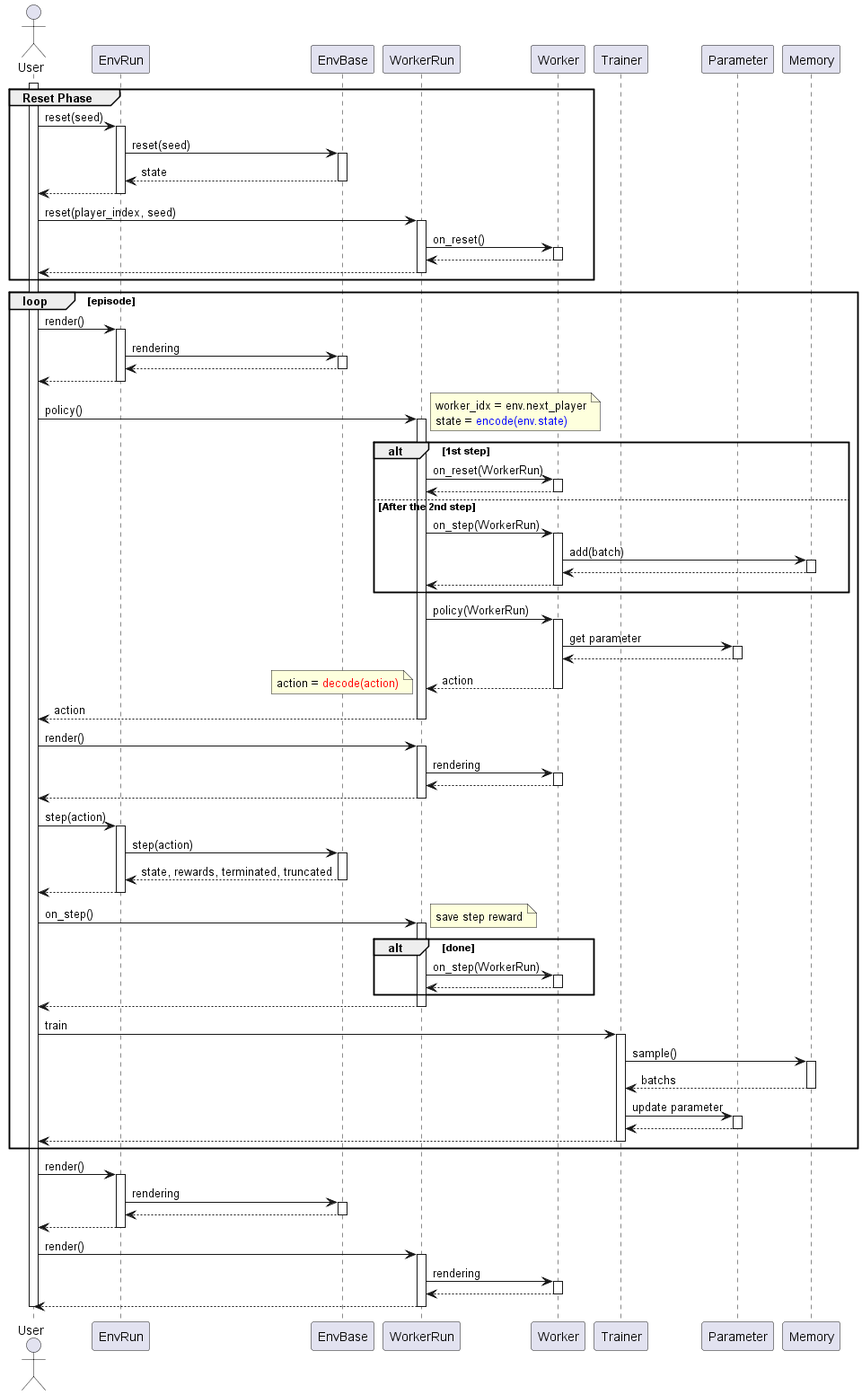
The PlantUML diagram diagrams/playflow2.png in pocokhc/simple_distributed_rl, before a commit.
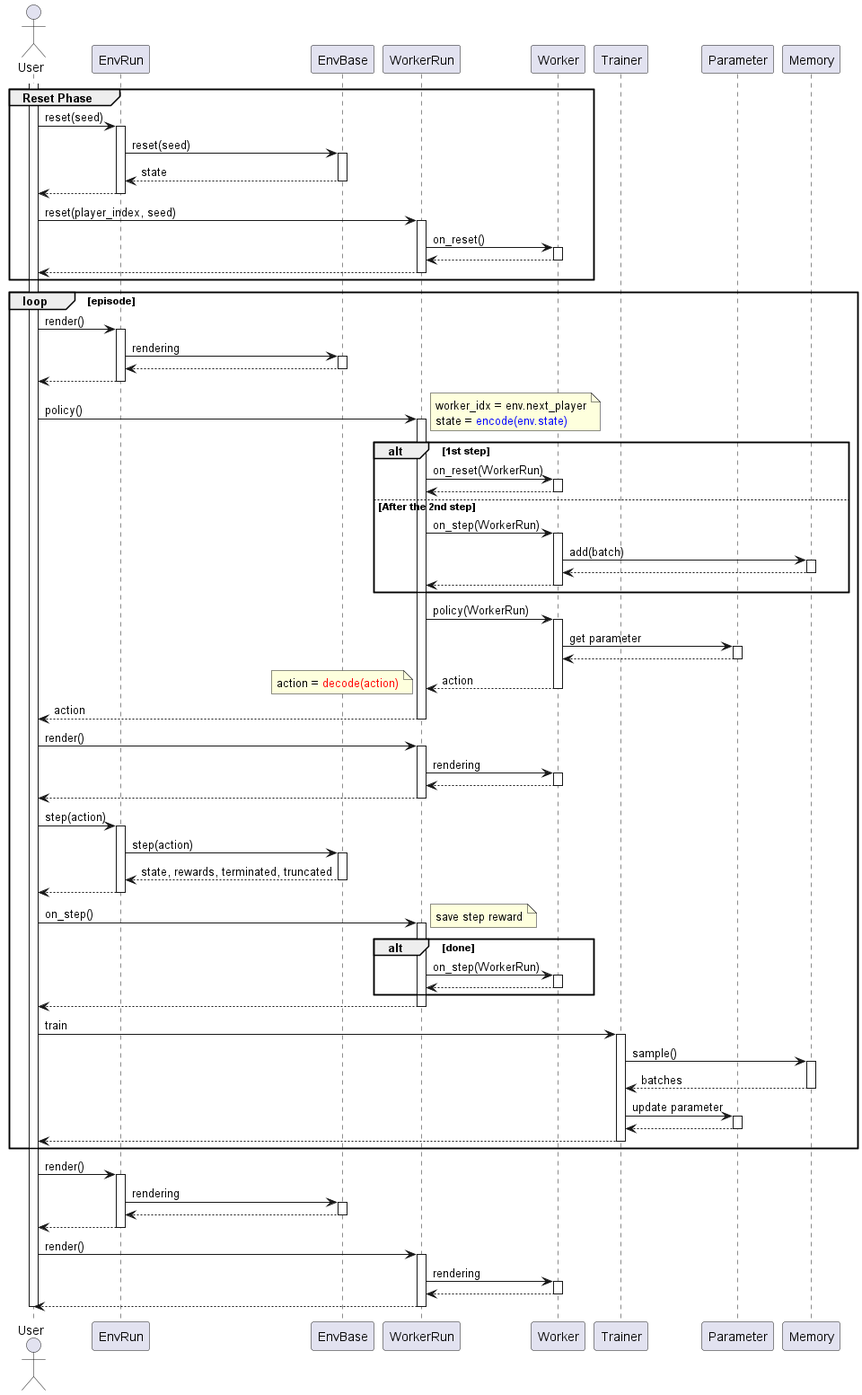
The same diagram one commit later.

Diff of the diagram source:
```diff
@@ -82,7 +82,7 @@
 
     User -> Trainer: train
         Trainer -> Memory: sample()
-        return batchs
+        return batches
         Trainer -> Parameter: update parameter
         return
     return
```
